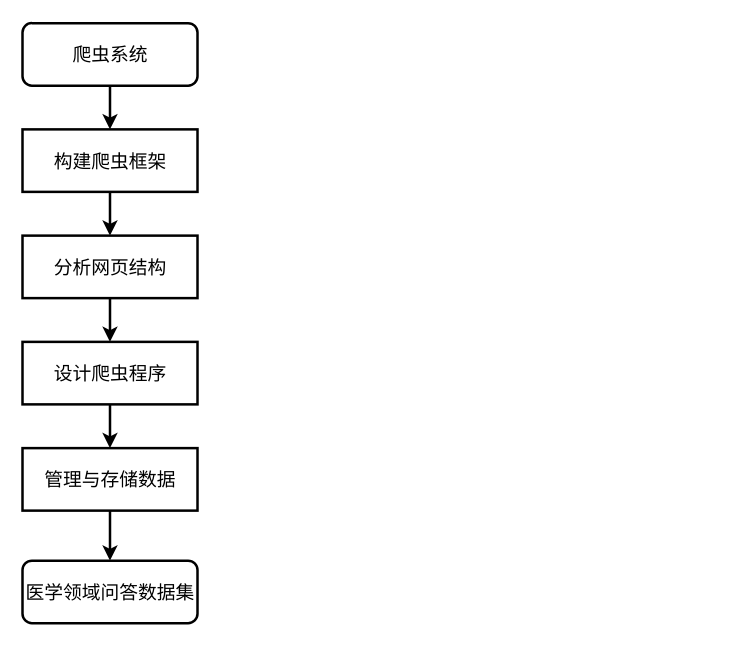
Earlier version of the draw.io diagram 爬虫基本流程.drawio (zyaaagit/s-case). Source tidied: cells renumbered, new cells numbered last; positions are measured from the earlier drawing's top-left corner, leaving out a move shared by most shapes. Both pictures are drawn from the tidied source at 125%, with x=0, y=0 at pixel (21, 22).
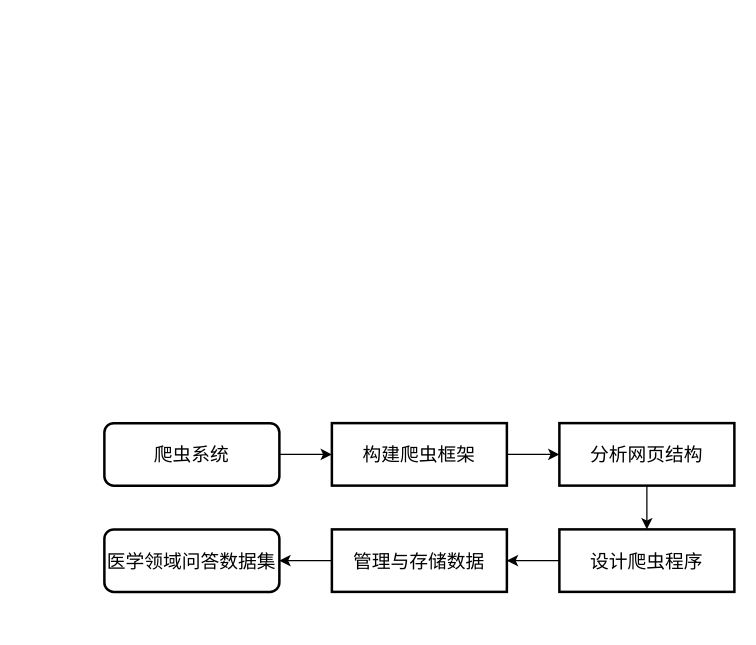
The same diagram, later.

Commit message (it also covers changes not shown here):
更新爬虫基本流程.drawio

Diff of the diagram source:
```diff
@@
 <mxGraphModel>
   <root>
     <mxCell id="0" />
     <mxCell id="1" parent="0" />
-    <mxCell id="2" style="edgeStyle=orthogonalEdgeStyle;rounded=0;jettySize=auto;html=1;exitX=0.5;exitY=1;exitDx=0;exitDy=0;strokeWidth=2;" parent="1" edge="1" source="3" target="5">
+    <mxCell id="2" style="edgeStyle=orthogonalEdgeStyle;rounded=0;jettySize=auto;html=1;exitX=1;exitY=0.5;exitDx=0;exitDy=0;entryX=0;entryY=0.5;entryDx=0;entryDy=0;" parent="1" edge="1" source="3" target="5">
       <mxGeometry relative="1" as="geometry" />
     </mxCell>
     <mxCell id="3" value="&lt;font style=&quot;font-size: 15px;&quot;&gt;爬虫系统&lt;/font&gt;" style="rounded=1;whiteSpace=wrap;html=1;strokeWidth=2;fillStyle=auto;gradientColor=none;absoluteArcSize=0;perimeterSpacing=0;glass=0;" parent="1" vertex="1">
-      <mxGeometry x="0.5" width="140" height="50" as="geometry" />
+      <mxGeometry x="66" y="320" width="140" height="50" as="geometry" />
     </mxCell>
-    <mxCell id="4" style="edgeStyle=orthogonalEdgeStyle;rounded=0;jettySize=auto;html=1;exitX=0.5;exitY=1;exitDx=0;exitDy=0;strokeWidth=2;" parent="1" edge="1" source="5" target="6">
+    <mxCell id="4" style="edgeStyle=orthogonalEdgeStyle;rounded=0;jettySize=auto;html=1;exitX=1;exitY=0.5;exitDx=0;exitDy=0;entryX=0;entryY=0.5;entryDx=0;entryDy=0;" parent="1" edge="1" source="5" target="6">
       <mxGeometry relative="1" as="geometry" />
     </mxCell>
     <mxCell id="5" value="&lt;font style=&quot;font-size: 15px;&quot;&gt;构建爬虫框架&lt;/font&gt;" style="rounded=0;whiteSpace=wrap;html=1;strokeWidth=2;" parent="1" vertex="1">
-      <mxGeometry x="0.5" y="85" width="140" height="50" as="geometry" />
+      <mxGeometry x="248" y="320" width="140" height="50" as="geometry" />
     </mxCell>
+    <mxCell id="7" style="edgeStyle=orthogonalEdgeStyle;rounded=0;jettySize=auto;html=1;exitX=0.5;exitY=1;exitDx=0;exitDy=0;entryX=0.5;entryY=0;entryDx=0;entryDy=0;" parent="1" edge="1" source="6" target="8">
+      <mxGeometry relative="1" as="geometry" />
+    </mxCell>
     <mxCell id="6" value="&lt;span style=&quot;font-size: 15px;&quot;&gt;分析网页结构&lt;/span&gt;" style="rounded=0;whiteSpace=wrap;html=1;strokeWidth=2;" parent="1" vertex="1">
-      <mxGeometry x="0.5" y="170" width="140" height="50" as="geometry" />
+      <mxGeometry x="430" y="320" width="140" height="50" as="geometry" />
     </mxCell>
-    <mxCell id="7" style="edgeStyle=orthogonalEdgeStyle;rounded=0;jettySize=auto;html=1;exitX=0.5;exitY=1;exitDx=0;exitDy=0;strokeWidth=2;" parent="1" edge="1" source="6" target="8">
-      <mxGeometry relative="1" as="geometry" />
-    </mxCell>
+    <mxCell id="9" style="edgeStyle=orthogonalEdgeStyle;rounded=0;jettySize=auto;html=1;exitX=0;exitY=0.5;exitDx=0;exitDy=0;entryX=1;entryY=0.5;entryDx=0;entryDy=0;" parent="1" edge="1" source="8" target="11">
+      <mxGeometry relative="1" as="geometry" />
+    </mxCell>
     <mxCell id="8" value="&lt;span style=&quot;font-size: 15px;&quot;&gt;设计爬虫程序&lt;/span&gt;" style="rounded=0;whiteSpace=wrap;html=1;strokeWidth=2;" parent="1" vertex="1">
-      <mxGeometry x="0.5" y="255" width="140" height="50" as="geometry" />
+      <mxGeometry x="430" y="405" width="140" height="50" as="geometry" />
     </mxCell>
-    <mxCell id="9" style="edgeStyle=orthogonalEdgeStyle;rounded=0;jettySize=auto;html=1;exitX=0.5;exitY=1;exitDx=0;exitDy=0;strokeWidth=2;" parent="1" edge="1" source="8" target="11">
-      <mxGeometry relative="1" as="geometry" />
-    </mxCell>
-    <mxCell id="10" style="edgeStyle=orthogonalEdgeStyle;rounded=0;jettySize=auto;html=1;exitX=0.5;exitY=1;exitDx=0;exitDy=0;strokeWidth=2;entryX=0.5;entryY=0;entryDx=0;entryDy=0;" parent="1" edge="1" source="11" target="12">
+    <mxCell id="10" style="edgeStyle=orthogonalEdgeStyle;rounded=0;jettySize=auto;html=1;exitX=0;exitY=0.5;exitDx=0;exitDy=0;entryX=1;entryY=0.5;entryDx=0;entryDy=0;" parent="1" edge="1" source="11" target="12">
       <mxGeometry relative="1" as="geometry" />
     </mxCell>
     <mxCell id="11" value="&lt;span style=&quot;font-size: 15px;&quot;&gt;管理与存储数据&lt;/span&gt;" style="rounded=0;whiteSpace=wrap;html=1;strokeWidth=2;" parent="1" vertex="1">
-      <mxGeometry x="0.5" y="340" width="140" height="50" as="geometry" />
+      <mxGeometry x="248" y="405" width="140" height="50" as="geometry" />
     </mxCell>
     <mxCell id="12" value="&lt;span style=&quot;font-size: 15px;&quot;&gt;医学领域问答数据集&lt;/span&gt;" style="rounded=1;whiteSpace=wrap;html=1;strokeWidth=2;fillStyle=auto;gradientColor=none;absoluteArcSize=0;perimeterSpacing=0;glass=0;" parent="1" vertex="1">
-      <mxGeometry x="0.5" y="430" width="140" height="50" as="geometry" />
+      <mxGeometry x="66" y="405" width="140" height="50" as="geometry" />
     </mxCell>
   </root>
 </mxGraphModel>
```
